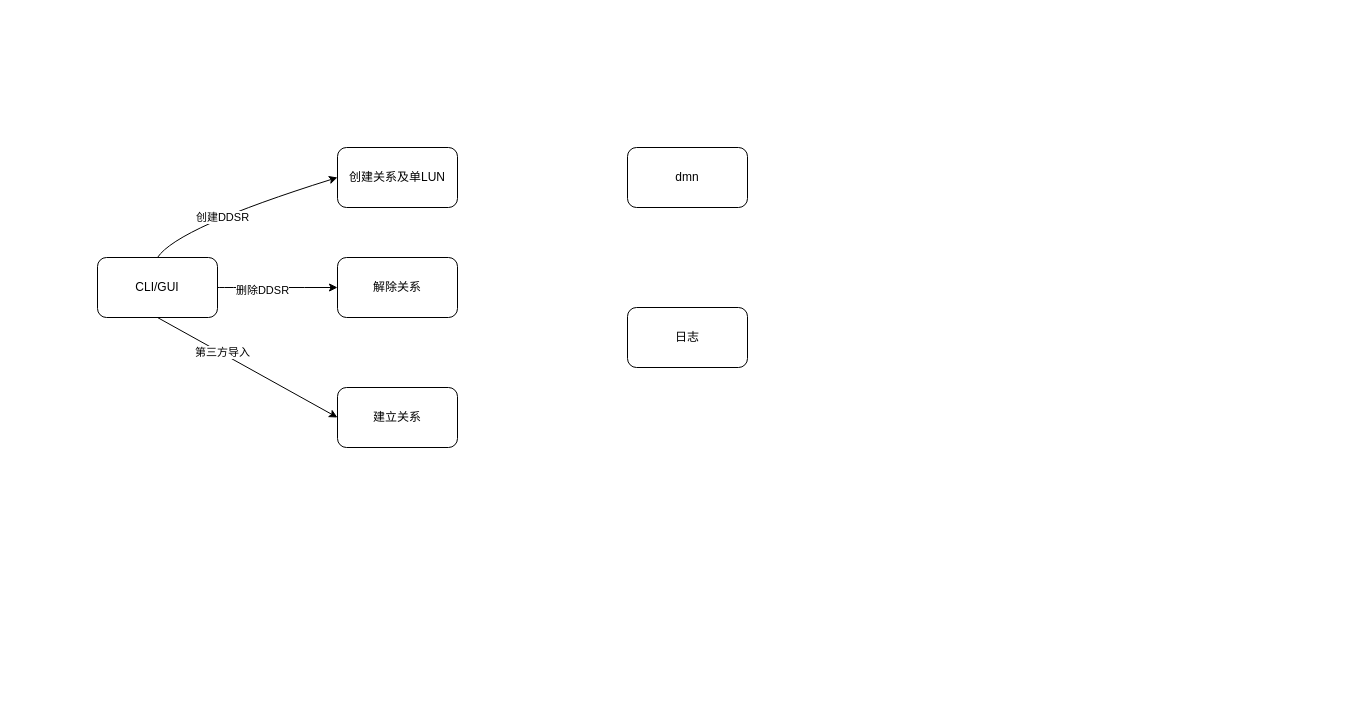
Before: Untitled Diagram.drawio in changjing2016/draw, a draw.io diagram. Source tidied: cells renumbered, new cells numbered last; positions are measured from the earlier drawing's top-left corner, leaving out a move shared by most shapes. Both pictures are drawn from the tidied source at 100%, with x=0, y=0 at pixel (97, 147).
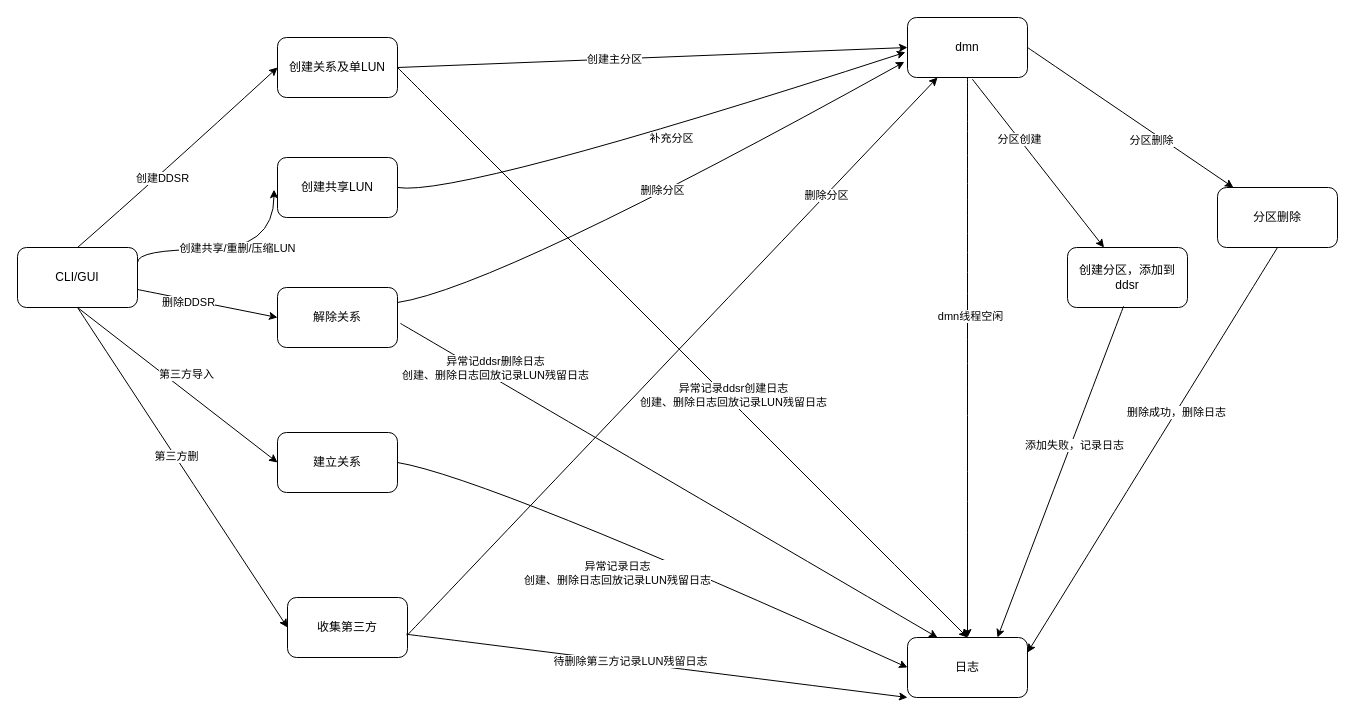
The same diagram, later.

Unchanged cells that the change refers to:
```xml
<mxCell id="12" style="endArrow=classic;html=1;rounded=0;exitX=0.5;exitY=1;exitDx=0;exitDy=0;entryX=0;entryY=0.5;entryDx=0;entryDy=0;" parent="1" edge="1" source="7" target="6">
  <mxGeometry relative="1" as="geometry" />
</mxCell>
```

Diff of the diagram source:
```diff
@@
     <mxCell id="2" value="创建关系及单LUN" style="rounded=1;whiteSpace=wrap;html=1;" parent="1" vertex="1">
-      <mxGeometry x="240" width="120" height="60" as="geometry" />
+      <mxGeometry x="180" y="-110" width="120" height="60" as="geometry" />
     </mxCell>
     <mxCell id="3" value="解除关系" style="rounded=1;whiteSpace=wrap;html=1;" parent="1" vertex="1">
-      <mxGeometry x="240" y="110" width="120" height="60" as="geometry" />
+      <mxGeometry x="180" y="140" width="120" height="60" as="geometry" />
     </mxCell>
     <mxCell id="4" value="dmn" style="rounded=1;whiteSpace=wrap;html=1;" parent="1" vertex="1">
-      <mxGeometry x="530" width="120" height="60" as="geometry" />
+      <mxGeometry x="810" y="-130" width="120" height="60" as="geometry" />
     </mxCell>
     <mxCell id="5" value="日志" style="rounded=1;whiteSpace=wrap;html=1;" parent="1" vertex="1">
-      <mxGeometry x="530" y="160" width="120" height="60" as="geometry" />
+      <mxGeometry x="810" y="490" width="120" height="60" as="geometry" />
     </mxCell>
     <mxCell id="6" value="建立关系" style="rounded=1;whiteSpace=wrap;html=1;" parent="1" vertex="1">
-      <mxGeometry x="240" y="240" width="120" height="60" as="geometry" />
+      <mxGeometry x="180" y="285" width="120" height="60" as="geometry" />
     </mxCell>
+    <mxCell id="14" style="edgeStyle=orthogonalEdgeStyle;rounded=0;jettySize=auto;html=1;entryX=-0.029;entryY=0.536;entryDx=0;entryDy=0;entryPerimeter=0;exitX=1;exitY=0.25;exitDx=0;exitDy=0;curved=1;" parent="1" edge="1" source="7" target="18">
+      <mxGeometry relative="1" as="geometry">
+        <Array as="points">
+          <mxPoint x="40" y="102" />
+        </Array>
+      </mxGeometry>
+    </mxCell>
+    <mxCell id="15" value="创建共享/重删/压缩LUN" style="edgeLabel;html=1;align=center;verticalAlign=middle;" parent="14" vertex="1">
+      <mxGeometry x="0.35" y="-2" relative="1" as="geometry">
+        <mxPoint x="-29" y="-4" as="offset" />
+      </mxGeometry>
+    </mxCell>
     <mxCell id="7" value="CLI/GUI" style="rounded=1;whiteSpace=wrap;html=1;" parent="1" vertex="1">
-      <mxGeometry y="110" width="120" height="60" as="geometry" />
+      <mxGeometry x="-80" y="100" width="120" height="60" as="geometry" />
     </mxCell>
     <mxCell id="8" style="curved=1;endArrow=classic;html=1;rounded=0;entryX=0;entryY=0.5;entryDx=0;entryDy=0;exitX=0.5;exitY=0;exitDx=0;exitDy=0;" parent="1" edge="1" source="7" target="2">
       <mxGeometry relative="1" as="geometry">
         <Array as="points">
-          <mxPoint x="80" y="80" />
+          <mxPoint x="60" y="30" />
         </Array>
       </mxGeometry>
     </mxCell>
@@
     <mxCell id="13" value="第三方导入" style="edgeLabel;html=1;align=center;verticalAlign=middle;" parent="12" vertex="1">
-      <mxGeometry x="-0.29" y="1" relative="1" as="geometry" />
+      <mxGeometry x="-0.29" y="1" relative="1" as="geometry">
+        <mxPoint x="37" y="12" as="offset" />
+      </mxGeometry>
     </mxCell>
+    <mxCell id="16" style="endArrow=classic;html=1;rounded=0;exitX=1;exitY=0.5;exitDx=0;exitDy=0;entryX=0;entryY=0.5;entryDx=0;entryDy=0;" parent="1" edge="1" source="2" target="4">
+      <mxGeometry relative="1" as="geometry" />
+    </mxCell>
+    <mxCell id="17" value="创建主分区" style="edgeLabel;html=1;align=center;verticalAlign=middle;" parent="16" vertex="1">
+      <mxGeometry x="-0.15" relative="1" as="geometry" />
+    </mxCell>
+    <mxCell id="18" value="创建共享LUN" style="rounded=1;whiteSpace=wrap;html=1;" parent="1" vertex="1">
+      <mxGeometry x="180" y="10" width="120" height="60" as="geometry" />
+    </mxCell>
+    <mxCell id="19" style="curved=1;endArrow=classic;html=1;rounded=0;exitX=1;exitY=0.5;exitDx=0;exitDy=0;entryX=-0.017;entryY=0.579;entryDx=0;entryDy=0;entryPerimeter=0;" parent="1" edge="1" source="18" target="4">
+      <mxGeometry relative="1" as="geometry">
+        <Array as="points">
+          <mxPoint x="360" y="50" />
+        </Array>
+      </mxGeometry>
+    </mxCell>
+    <mxCell id="20" value="补充分区" style="edgeLabel;html=1;align=center;verticalAlign=middle;" parent="19" vertex="1">
+      <mxGeometry x="0.02" y="-6" relative="1" as="geometry">
+        <mxPoint x="12" as="offset" />
+      </mxGeometry>
+    </mxCell>
+    <mxCell id="21" style="curved=1;endArrow=classic;html=1;rounded=0;entryX=-0.026;entryY=0.74;entryDx=0;entryDy=0;entryPerimeter=0;exitX=1;exitY=0.25;exitDx=0;exitDy=0;" parent="1" edge="1" source="3" target="4">
+      <mxGeometry relative="1" as="geometry">
+        <Array as="points">
+          <mxPoint x="400" y="140" />
+        </Array>
+      </mxGeometry>
+    </mxCell>
+    <mxCell id="22" value="删除分区" style="edgeLabel;html=1;align=center;verticalAlign=middle;" parent="21" vertex="1">
+      <mxGeometry x="0.03" y="6" relative="1" as="geometry" />
+    </mxCell>
+    <mxCell id="23" style="curved=1;endArrow=classic;html=1;rounded=0;entryX=0;entryY=0.5;entryDx=0;entryDy=0;exitX=1;exitY=0.5;exitDx=0;exitDy=0;" parent="1" edge="1" source="6" target="5">
+      <mxGeometry relative="1" as="geometry">
+        <Array as="points">
+          <mxPoint x="390" y="330" />
+        </Array>
+      </mxGeometry>
+    </mxCell>
+    <mxCell id="24" value="异常记录日志&lt;br&gt;创建、删除日志回放记录LUN残留日志" style="edgeLabel;html=1;align=center;verticalAlign=middle;" parent="23" vertex="1">
+      <mxGeometry x="-0.06" y="1" relative="1" as="geometry">
+        <mxPoint x="-25" y="27" as="offset" />
+      </mxGeometry>
+    </mxCell>
+    <mxCell id="25" style="endArrow=classic;html=1;rounded=0;curved=1;entryX=0.25;entryY=0;entryDx=0;entryDy=0;exitX=1.024;exitY=0.598;exitDx=0;exitDy=0;exitPerimeter=0;" parent="1" edge="1" source="3" target="5">
+      <mxGeometry relative="1" as="geometry" />
+    </mxCell>
+    <mxCell id="26" value="异常记ddsr删除日志&lt;br&gt;创建、删除日志回放记录LUN残留日志" style="edgeLabel;html=1;align=center;verticalAlign=middle;" parent="25" vertex="1">
+      <mxGeometry x="-0.24" y="1" relative="1" as="geometry">
+        <mxPoint x="-110" y="-74" as="offset" />
+      </mxGeometry>
+    </mxCell>
+    <mxCell id="27" style="endArrow=classic;html=1;rounded=0;curved=1;exitX=1;exitY=0.5;exitDx=0;exitDy=0;entryX=0.5;entryY=0;entryDx=0;entryDy=0;" parent="1" edge="1" source="2" target="5">
+      <mxGeometry relative="1" as="geometry" />
+    </mxCell>
+    <mxCell id="28" value="异常记录ddsr创建日志&lt;br&gt;创建、删除日志回放记录LUN残留日志" style="edgeLabel;html=1;align=center;verticalAlign=middle;" parent="27" vertex="1">
+      <mxGeometry x="0.21" y="2" relative="1" as="geometry">
+        <mxPoint x="-11" y="-16" as="offset" />
+      </mxGeometry>
+    </mxCell>
+    <mxCell id="29" value="收集第三方" style="rounded=1;whiteSpace=wrap;html=1;" parent="1" vertex="1">
+      <mxGeometry x="190" y="450" width="120" height="60" as="geometry" />
+    </mxCell>
+    <mxCell id="30" style="endArrow=classic;html=1;rounded=0;curved=1;entryX=0;entryY=0.5;entryDx=0;entryDy=0;" parent="1" edge="1" target="29">
+      <mxGeometry relative="1" as="geometry">
+        <mxPoint x="-20" y="160" as="sourcePoint" />
+      </mxGeometry>
+    </mxCell>
+    <mxCell id="31" value="第三方删" style="edgeLabel;html=1;align=center;verticalAlign=middle;" parent="30" vertex="1">
+      <mxGeometry x="-0.07" y="1" relative="1" as="geometry" />
+    </mxCell>
+    <mxCell id="32" style="endArrow=classic;html=1;rounded=0;curved=1;entryX=0;entryY=1;entryDx=0;entryDy=0;exitX=0.99;exitY=0.612;exitDx=0;exitDy=0;exitPerimeter=0;" parent="1" edge="1" source="29" target="5">
+      <mxGeometry relative="1" as="geometry" />
+    </mxCell>
+    <mxCell id="33" value="待删除第三方记录LUN残留日志" style="edgeLabel;html=1;align=center;verticalAlign=middle;" parent="32" vertex="1">
+      <mxGeometry x="-0.11" y="1" relative="1" as="geometry" />
+    </mxCell>
+    <mxCell id="34" value="创建分区，添加到ddsr" style="rounded=1;whiteSpace=wrap;html=1;" parent="1" vertex="1">
+      <mxGeometry x="970" y="100" width="120" height="60" as="geometry" />
+    </mxCell>
+    <mxCell id="35" style="endArrow=classic;html=1;rounded=0;curved=1;exitX=0.54;exitY=1.027;exitDx=0;exitDy=0;exitPerimeter=0;" parent="1" edge="1" source="4" target="34">
+      <mxGeometry relative="1" as="geometry" />
+    </mxCell>
+    <mxCell id="36" value="分区创建" style="edgeLabel;html=1;align=center;verticalAlign=middle;" parent="35" vertex="1">
+      <mxGeometry x="-0.29" relative="1" as="geometry" />
+    </mxCell>
+    <mxCell id="37" value="分区删除" style="rounded=1;whiteSpace=wrap;html=1;" parent="1" vertex="1">
+      <mxGeometry x="1120" y="40" width="120" height="60" as="geometry" />
+    </mxCell>
+    <mxCell id="38" style="endArrow=classic;html=1;rounded=0;curved=1;exitX=0.997;exitY=0.631;exitDx=0;exitDy=0;exitPerimeter=0;entryX=0.25;entryY=1;entryDx=0;entryDy=0;" parent="1" edge="1" source="29" target="4">
+      <mxGeometry relative="1" as="geometry" />
+    </mxCell>
+    <mxCell id="39" value="删除分区" style="edgeLabel;html=1;align=center;verticalAlign=middle;" parent="38" vertex="1">
+      <mxGeometry x="0.58" relative="1" as="geometry" />
+    </mxCell>
+    <mxCell id="40" style="endArrow=classic;html=1;rounded=0;curved=1;exitX=1;exitY=0.5;exitDx=0;exitDy=0;" parent="1" edge="1" source="4" target="37">
+      <mxGeometry relative="1" as="geometry" />
+    </mxCell>
+    <mxCell id="41" value="分区删除" style="edgeLabel;html=1;align=center;verticalAlign=middle;" parent="40" vertex="1">
+      <mxGeometry x="0.41" y="-1" relative="1" as="geometry">
+        <mxPoint x="-21" y="-7" as="offset" />
+      </mxGeometry>
+    </mxCell>
+    <mxCell id="42" style="endArrow=classic;html=1;rounded=0;curved=1;exitX=0.5;exitY=1;exitDx=0;exitDy=0;entryX=1;entryY=0.25;entryDx=0;entryDy=0;" parent="1" edge="1" source="37" target="5">
+      <mxGeometry relative="1" as="geometry" />
+    </mxCell>
+    <mxCell id="43" value="删除成功，删除日志" style="edgeLabel;html=1;align=center;verticalAlign=middle;" parent="42" vertex="1">
+      <mxGeometry x="-0.19" relative="1" as="geometry" />
+    </mxCell>
+    <mxCell id="44" style="endArrow=classic;html=1;rounded=0;curved=1;exitX=0.467;exitY=0.981;exitDx=0;exitDy=0;exitPerimeter=0;entryX=0.75;entryY=0;entryDx=0;entryDy=0;" parent="1" edge="1" source="34" target="5">
+      <mxGeometry relative="1" as="geometry" />
+    </mxCell>
+    <mxCell id="45" value="添加失败，记录日志" style="edgeLabel;html=1;align=center;verticalAlign=middle;" parent="44" vertex="1">
+      <mxGeometry x="-0.17" y="3" relative="1" as="geometry" />
+    </mxCell>
+    <mxCell id="46" style="endArrow=classic;html=1;rounded=0;curved=1;exitX=0.5;exitY=1;exitDx=0;exitDy=0;" parent="1" edge="1" source="4" target="5">
+      <mxGeometry relative="1" as="geometry" />
+    </mxCell>
+    <mxCell id="47" value="dmn线程空闲" style="edgeLabel;html=1;align=center;verticalAlign=middle;" parent="46" vertex="1">
+      <mxGeometry x="-0.15" y="2" relative="1" as="geometry" />
+    </mxCell>
```
